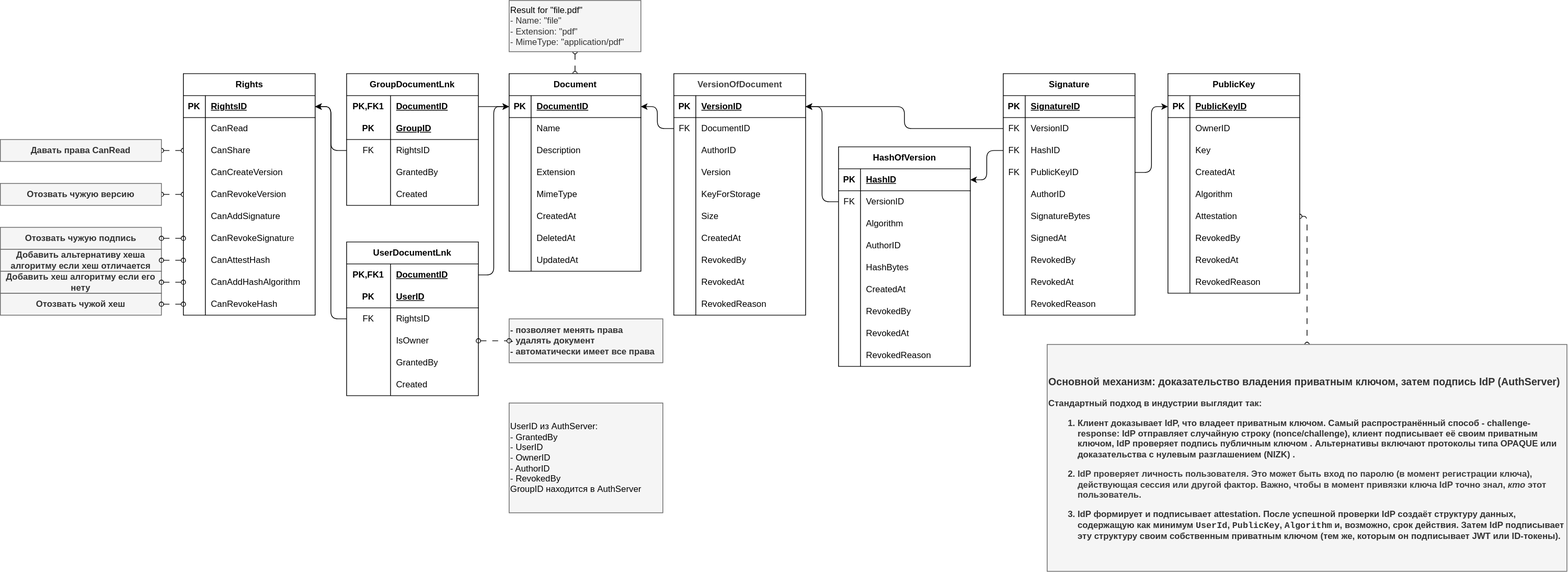
Earlier version of the draw.io export Doc/ER-BridgeServer.svg (Shevchenko-Eduard/SecureEDM). Source tidied: cells renumbered, new cells last; positions are measured from the earlier drawing's top-left corner, leaving out a move shared by most shapes.
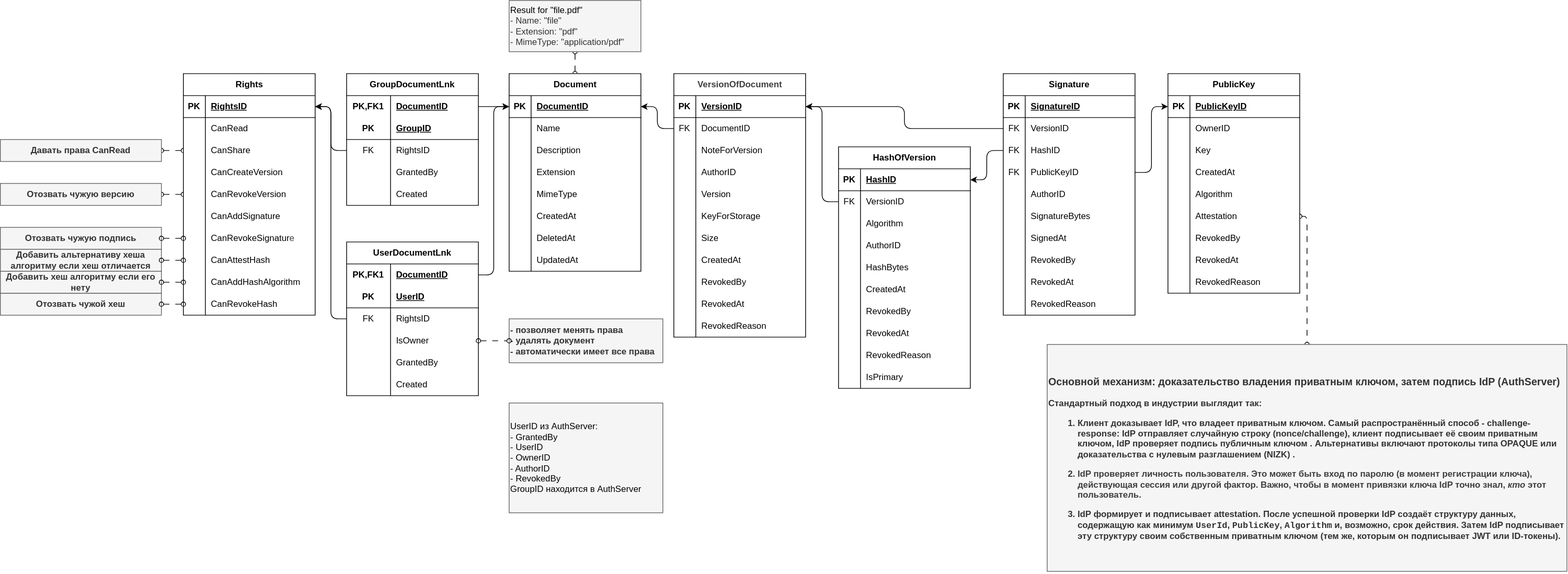
Above is the later version.

What changed in the source:
```diff
@@ -279,7 +279,7 @@
       <mxGeometry x="30" width="150" height="30" as="geometry" />
     </mxCell>
     <mxCell id="94" value="&lt;span style=&quot;color: rgb(63, 63, 63); text-align: left; white-space: normal;&quot;&gt;VersionOfDocument&lt;/span&gt;" style="shape=table;startSize=30;rowLines=0;fontStyle=1;align=center;html=1;gradientColor=none;fillColor=default;swimlaneFillColor=default;" parent="1" vertex="1">
-      <mxGeometry x="920" y="100" width="180" height="330" as="geometry" />
+      <mxGeometry x="920" y="100" width="180" height="360" as="geometry" />
     </mxCell>
     <mxCell id="95" style="shape=tableRow;horizontal=0;startSize=0;swimlaneHead=0;swimlaneBody=0;fillColor=none;points=[[0,0.5],[1,0.5]];portConstraint=eastwest;top=0;left=0;right=0;bottom=1;" parent="94" vertex="1">
       <mxGeometry y="30" width="180" height="30" as="geometry" />
@@ -299,8 +299,17 @@
     <mxCell id="100" value="DocumentID" style="shape=partialRectangle;fillColor=none;top=0;left=0;bottom=0;right=0;align=left;spacingLeft=6;overflow=hidden;whiteSpace=wrap;html=1;" parent="98" vertex="1">
       <mxGeometry x="30" width="150" height="30" as="geometry" />
     </mxCell>
+    <mxCell id="239" style="shape=tableRow;horizontal=0;startSize=0;swimlaneHead=0;swimlaneBody=0;fillColor=none;top=0;left=0;right=0;bottom=0;" parent="94" vertex="1">
+      <mxGeometry y="90" width="180" height="30" as="geometry" />
+    </mxCell>
+    <mxCell id="240" style="shape=partialRectangle;fillColor=none;top=0;left=0;bottom=0;right=0;overflow=hidden;whiteSpace=wrap;html=1;" parent="239" vertex="1">
+      <mxGeometry width="30" height="30" as="geometry" />
+    </mxCell>
+    <mxCell id="241" value="NoteForVersion" style="shape=partialRectangle;fillColor=none;top=0;left=0;bottom=0;right=0;align=left;spacingLeft=6;overflow=hidden;whiteSpace=wrap;html=1;" parent="239" vertex="1">
+      <mxGeometry x="30" width="150" height="30" as="geometry" />
+    </mxCell>
     <mxCell id="101" style="shape=tableRow;horizontal=0;startSize=0;swimlaneHead=0;swimlaneBody=0;fillColor=none;top=0;left=0;right=0;bottom=0;" parent="94" vertex="1">
-      <mxGeometry y="90" width="180" height="30" as="geometry" />
+      <mxGeometry y="120" width="180" height="30" as="geometry" />
     </mxCell>
     <mxCell id="102" style="shape=partialRectangle;fillColor=none;top=0;left=0;bottom=0;right=0;overflow=hidden;whiteSpace=wrap;html=1;" parent="101" vertex="1">
       <mxGeometry width="30" height="30" as="geometry" />
@@ -309,7 +318,7 @@
       <mxGeometry x="30" width="150" height="30" as="geometry" />
     </mxCell>
     <mxCell id="104" style="shape=tableRow;horizontal=0;startSize=0;swimlaneHead=0;swimlaneBody=0;fillColor=none;top=0;left=0;right=0;bottom=0;" parent="94" vertex="1">
-      <mxGeometry y="120" width="180" height="30" as="geometry" />
+      <mxGeometry y="150" width="180" height="30" as="geometry" />
     </mxCell>
     <mxCell id="105" style="shape=partialRectangle;fillColor=none;top=0;left=0;bottom=0;right=0;overflow=hidden;whiteSpace=wrap;html=1;" parent="104" vertex="1">
       <mxGeometry width="30" height="30" as="geometry" />
@@ -318,7 +327,7 @@
       <mxGeometry x="30" width="150" height="30" as="geometry" />
     </mxCell>
     <mxCell id="107" style="shape=tableRow;horizontal=0;startSize=0;swimlaneHead=0;swimlaneBody=0;fillColor=none;top=0;left=0;right=0;bottom=0;" parent="94" vertex="1">
-      <mxGeometry y="150" width="180" height="30" as="geometry" />
+      <mxGeometry y="180" width="180" height="30" as="geometry" />
     </mxCell>
     <mxCell id="108" style="shape=partialRectangle;fillColor=none;top=0;left=0;bottom=0;right=0;overflow=hidden;whiteSpace=wrap;html=1;" parent="107" vertex="1">
       <mxGeometry width="30" height="30" as="geometry" />
@@ -327,7 +336,7 @@
       <mxGeometry x="30" width="150" height="30" as="geometry" />
     </mxCell>
     <mxCell id="110" style="shape=tableRow;horizontal=0;startSize=0;swimlaneHead=0;swimlaneBody=0;fillColor=none;top=0;left=0;right=0;bottom=0;" parent="94" vertex="1">
-      <mxGeometry y="180" width="180" height="30" as="geometry" />
+      <mxGeometry y="210" width="180" height="30" as="geometry" />
     </mxCell>
     <mxCell id="111" style="shape=partialRectangle;fillColor=none;top=0;left=0;bottom=0;right=0;overflow=hidden;whiteSpace=wrap;html=1;" parent="110" vertex="1">
       <mxGeometry width="30" height="30" as="geometry" />
@@ -336,7 +345,7 @@
       <mxGeometry x="30" width="150" height="30" as="geometry" />
     </mxCell>
     <mxCell id="113" style="shape=tableRow;horizontal=0;startSize=0;swimlaneHead=0;swimlaneBody=0;fillColor=none;top=0;left=0;right=0;bottom=0;" parent="94" vertex="1">
-      <mxGeometry y="210" width="180" height="30" as="geometry" />
+      <mxGeometry y="240" width="180" height="30" as="geometry" />
     </mxCell>
     <mxCell id="114" style="shape=partialRectangle;fillColor=none;top=0;left=0;bottom=0;right=0;overflow=hidden;whiteSpace=wrap;html=1;" parent="113" vertex="1">
       <mxGeometry width="30" height="30" as="geometry" />
@@ -345,7 +354,7 @@
       <mxGeometry x="30" width="150" height="30" as="geometry" />
     </mxCell>
     <mxCell id="116" style="shape=tableRow;horizontal=0;startSize=0;swimlaneHead=0;swimlaneBody=0;fillColor=none;top=0;left=0;right=0;bottom=0;" parent="94" vertex="1">
-      <mxGeometry y="240" width="180" height="30" as="geometry" />
+      <mxGeometry y="270" width="180" height="30" as="geometry" />
     </mxCell>
     <mxCell id="117" style="shape=partialRectangle;fillColor=none;top=0;left=0;bottom=0;right=0;overflow=hidden;whiteSpace=wrap;html=1;" parent="116" vertex="1">
       <mxGeometry width="30" height="30" as="geometry" />
@@ -354,7 +363,7 @@
       <mxGeometry x="30" width="150" height="30" as="geometry" />
     </mxCell>
     <mxCell id="119" style="shape=tableRow;horizontal=0;startSize=0;swimlaneHead=0;swimlaneBody=0;fillColor=none;top=0;left=0;right=0;bottom=0;" parent="94" vertex="1">
-      <mxGeometry y="270" width="180" height="30" as="geometry" />
+      <mxGeometry y="300" width="180" height="30" as="geometry" />
     </mxCell>
     <mxCell id="120" style="shape=partialRectangle;fillColor=none;top=0;left=0;bottom=0;right=0;overflow=hidden;whiteSpace=wrap;html=1;" parent="119" vertex="1">
       <mxGeometry width="30" height="30" as="geometry" />
@@ -363,7 +372,7 @@
       <mxGeometry x="30" width="150" height="30" as="geometry" />
     </mxCell>
     <mxCell id="122" style="shape=tableRow;horizontal=0;startSize=0;swimlaneHead=0;swimlaneBody=0;fillColor=none;top=0;left=0;right=0;bottom=0;" parent="94" vertex="1">
-      <mxGeometry y="300" width="180" height="30" as="geometry" />
+      <mxGeometry y="330" width="180" height="30" as="geometry" />
     </mxCell>
     <mxCell id="123" style="shape=partialRectangle;fillColor=none;top=0;left=0;bottom=0;right=0;overflow=hidden;whiteSpace=wrap;html=1;" parent="122" vertex="1">
       <mxGeometry width="30" height="30" as="geometry" />
@@ -474,7 +483,7 @@
       <mxGeometry relative="1" as="geometry" />
     </mxCell>
     <mxCell id="159" value="HashOfVersion" style="shape=table;startSize=30;rowLines=0;fontStyle=1;align=center;html=1;gradientColor=none;fillColor=default;swimlaneFillColor=default;" parent="1" vertex="1">
-      <mxGeometry x="1145" y="200" width="180" height="300" as="geometry" />
+      <mxGeometry x="1145" y="200" width="180" height="330" as="geometry" />
     </mxCell>
     <mxCell id="160" style="shape=tableRow;horizontal=0;startSize=0;swimlaneHead=0;swimlaneBody=0;fillColor=none;points=[[0,0.5],[1,0.5]];portConstraint=eastwest;top=0;left=0;right=0;bottom=1;" parent="159" vertex="1">
       <mxGeometry y="30" width="180" height="30" as="geometry" />
@@ -557,6 +566,15 @@
     <mxCell id="186" value="&lt;span style=&quot;color: rgb(0, 0, 0);&quot;&gt;RevokedReason&lt;/span&gt;" style="shape=partialRectangle;fillColor=none;top=0;left=0;bottom=0;right=0;align=left;spacingLeft=6;overflow=hidden;whiteSpace=wrap;html=1;" parent="184" vertex="1">
       <mxGeometry x="30" width="150" height="30" as="geometry" />
     </mxCell>
+    <mxCell id="242" style="shape=tableRow;horizontal=0;startSize=0;swimlaneHead=0;swimlaneBody=0;fillColor=none;top=0;left=0;right=0;bottom=0;" parent="159" vertex="1">
+      <mxGeometry y="300" width="180" height="30" as="geometry" />
+    </mxCell>
+    <mxCell id="243" style="shape=partialRectangle;fillColor=none;top=0;left=0;bottom=0;right=0;overflow=hidden;whiteSpace=wrap;html=1;" parent="242" vertex="1">
+      <mxGeometry width="30" height="30" as="geometry" />
+    </mxCell>
+    <mxCell id="244" value="IsPrimary" style="shape=partialRectangle;fillColor=none;top=0;left=0;bottom=0;right=0;align=left;spacingLeft=6;overflow=hidden;whiteSpace=wrap;html=1;" parent="242" vertex="1">
+      <mxGeometry x="30" width="150" height="30" as="geometry" />
+    </mxCell>
     <mxCell id="187" style="edgeStyle=orthogonalEdgeStyle;html=1;" parent="1" edge="1" source="163" target="95">
       <mxGeometry relative="1" as="geometry" />
     </mxCell>
```
